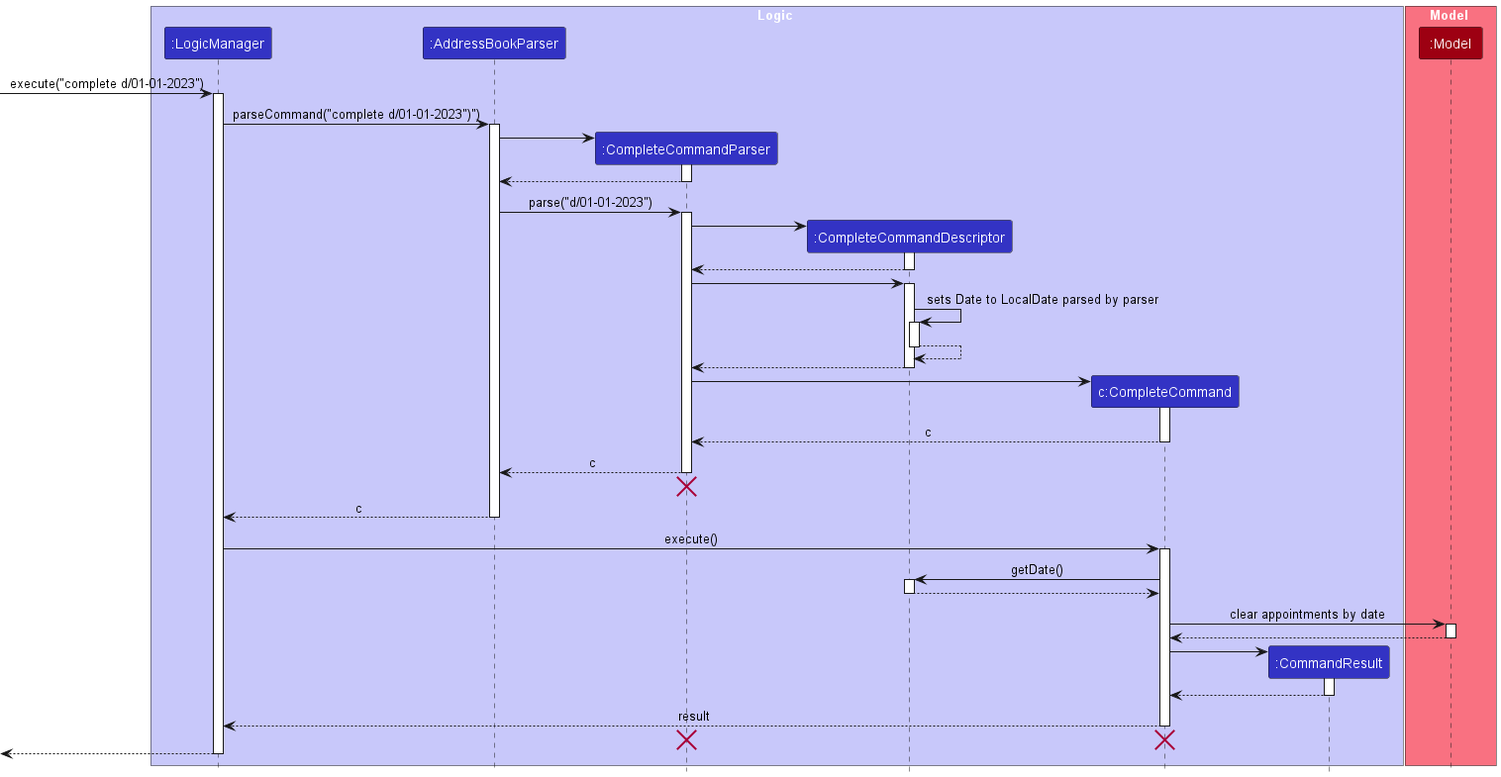
nus-cs2103-AY2324S1/tp keeps this PlantUML diagram as docs/images/CompleteSequenceDiagram.png. Above is the earlier version. Source of this version:
```plantuml
@startuml
!include style.puml
skinparam ArrowFontStyle plain

box Logic LOGIC_COLOR_T1
participant ":LogicManager" as LogicManager LOGIC_COLOR
participant ":AddressBookParser" as AddressBookParser LOGIC_COLOR
participant ":CompleteCommandParser" as CompleteCommandParser LOGIC_COLOR
participant ":CompleteCommandDescriptor" as CompleteCommandDescriptor LOGIC_COLOR
participant "c:CompleteCommand" as CompleteCommand LOGIC_COLOR
participant ":CommandResult" as CommandResult LOGIC_COLOR
end box

box Model MODEL_COLOR_T1
participant ":Model" as Model MODEL_COLOR
end box

[-> LogicManager : execute("complete d/01-01-2023")
activate LogicManager

LogicManager -> AddressBookParser : parseCommand("complete d/01-01-2023")")
activate AddressBookParser

create CompleteCommandParser
AddressBookParser -> CompleteCommandParser
activate CompleteCommandParser

CompleteCommandParser --> AddressBookParser
deactivate CompleteCommandParser

AddressBookParser -> CompleteCommandParser : parse("d/01-01-2023")
activate CompleteCommandParser

create CompleteCommandDescriptor
CompleteCommandParser -> CompleteCommandDescriptor
activate CompleteCommandDescriptor

CompleteCommandDescriptor --> CompleteCommandParser
deactivate CompleteCommandDescriptor

CompleteCommandParser -> CompleteCommandDescriptor
activate CompleteCommandDescriptor
CompleteCommandDescriptor -> CompleteCommandDescriptor : sets Date to LocalDate parsed by parser
activate CompleteCommandDescriptor
CompleteCommandDescriptor --> CompleteCommandDescriptor :
deactivate CompleteCommandDescriptor
CompleteCommandDescriptor --> CompleteCommandParser
deactivate


create CompleteCommand
CompleteCommandParser -> CompleteCommand
activate CompleteCommand

CompleteCommand --> CompleteCommandParser : c
deactivate CompleteCommand

CompleteCommandParser --> AddressBookParser : c
deactivate CompleteCommandParser
CompleteCommandParser -[hidden]-> AddressBookParser
destroy CompleteCommandParser

AddressBookParser --> LogicManager : c
deactivate AddressBookParser

LogicManager -> CompleteCommand : execute()
activate CompleteCommand

CompleteCommand -> CompleteCommandDescriptor : getDate()
activate CompleteCommandDescriptor
CompleteCommandDescriptor --> CompleteCommand
deactivate CompleteCommandDescriptor

CompleteCommand -> Model : clear appointments by date
activate Model

Model --> CompleteCommand
deactivate Model

create CommandResult
CompleteCommand -> CommandResult
activate CommandResult

CommandResult --> CompleteCommand
deactivate CommandResult

CompleteCommand --> LogicManager : result
deactivate CompleteCommand

CompleteCommand -[hidden]-> CompleteCommandParser
destroy CompleteCommand
destroy CompleteCommandParser

[<--LogicManager
deactivate LogicManager
@enduml
```
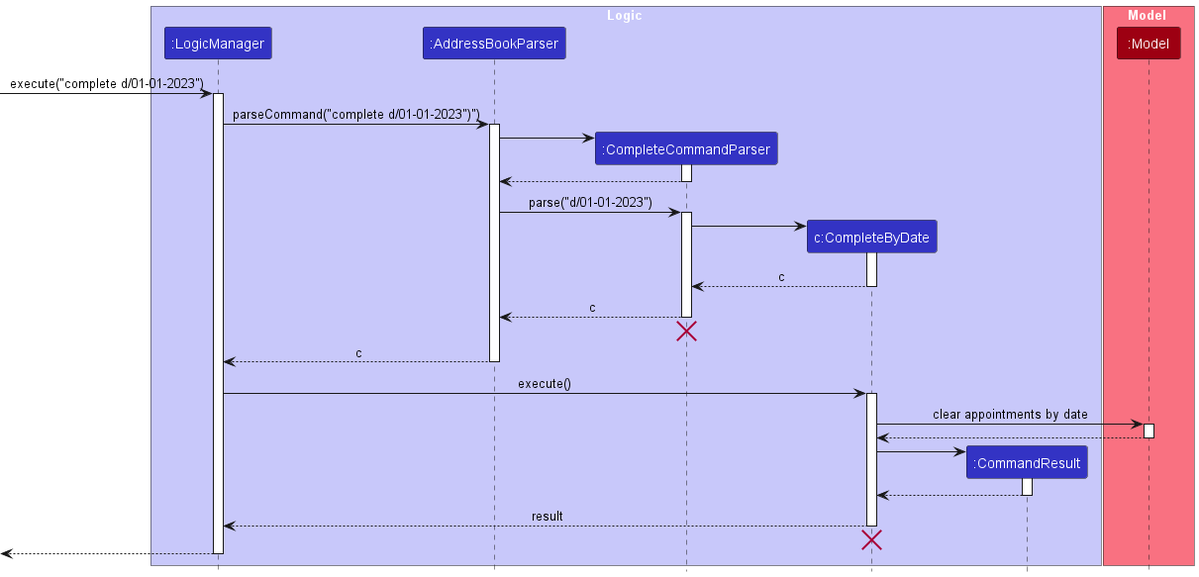
Later version of the same file.

Commit message:
Update UML diagrams for Complete Feature

Change to the diagram source:
```diff
@@ -6,8 +6,7 @@
 participant ":LogicManager" as LogicManager LOGIC_COLOR
 participant ":AddressBookParser" as AddressBookParser LOGIC_COLOR
 participant ":CompleteCommandParser" as CompleteCommandParser LOGIC_COLOR
-participant ":CompleteCommandDescriptor" as CompleteCommandDescriptor LOGIC_COLOR
-participant "c:CompleteCommand" as CompleteCommand LOGIC_COLOR
+participant "c:CompleteByDate" as CompleteByDate LOGIC_COLOR
 participant ":CommandResult" as CommandResult LOGIC_COLOR
 end box
 
@@ -31,29 +30,12 @@
 AddressBookParser -> CompleteCommandParser : parse("d/01-01-2023")
 activate CompleteCommandParser
 
-create CompleteCommandDescriptor
-CompleteCommandParser -> CompleteCommandDescriptor
-activate CompleteCommandDescriptor
+create CompleteByDate
+CompleteCommandParser -> CompleteByDate
+activate CompleteByDate
 
-CompleteCommandDescriptor --> CompleteCommandParser
-deactivate CompleteCommandDescriptor
-
-CompleteCommandParser -> CompleteCommandDescriptor
-activate CompleteCommandDescriptor
-CompleteCommandDescriptor -> CompleteCommandDescriptor : sets Date to LocalDate parsed by parser
-activate CompleteCommandDescriptor
-CompleteCommandDescriptor --> CompleteCommandDescriptor :
-deactivate CompleteCommandDescriptor
-CompleteCommandDescriptor --> CompleteCommandParser
-deactivate
-
-
-create CompleteCommand
-CompleteCommandParser -> CompleteCommand
-activate CompleteCommand
-
-CompleteCommand --> CompleteCommandParser : c
-deactivate CompleteCommand
+CompleteByDate --> CompleteCommandParser : c
+deactivate CompleteByDate
 
 CompleteCommandParser --> AddressBookParser : c
 deactivate CompleteCommandParser
@@ -63,33 +45,27 @@
 AddressBookParser --> LogicManager : c
 deactivate AddressBookParser
 
-LogicManager -> CompleteCommand : execute()
-activate CompleteCommand
+LogicManager -> CompleteByDate : execute()
+activate CompleteByDate
 
-CompleteCommand -> CompleteCommandDescriptor : getDate()
-activate CompleteCommandDescriptor
-CompleteCommandDescriptor --> CompleteCommand
-deactivate CompleteCommandDescriptor
-
-CompleteCommand -> Model : clear appointments by date
+CompleteByDate -> Model : clear appointments by date
 activate Model
 
-Model --> CompleteCommand
+Model --> CompleteByDate
 deactivate Model
 
 create CommandResult
-CompleteCommand -> CommandResult
+CompleteByDate -> CommandResult
 activate CommandResult
 
-CommandResult --> CompleteCommand
+CommandResult --> CompleteByDate
 deactivate CommandResult
 
-CompleteCommand --> LogicManager : result
-deactivate CompleteCommand
+CompleteByDate --> LogicManager : result
+deactivate CompleteByDate
 
-CompleteCommand -[hidden]-> CompleteCommandParser
-destroy CompleteCommand
-destroy CompleteCommandParser
+CompleteByDate -[hidden]-> CompleteCommandParser
+destroy CompleteByDate
 
 [<--LogicManager
 deactivate LogicManager
```
